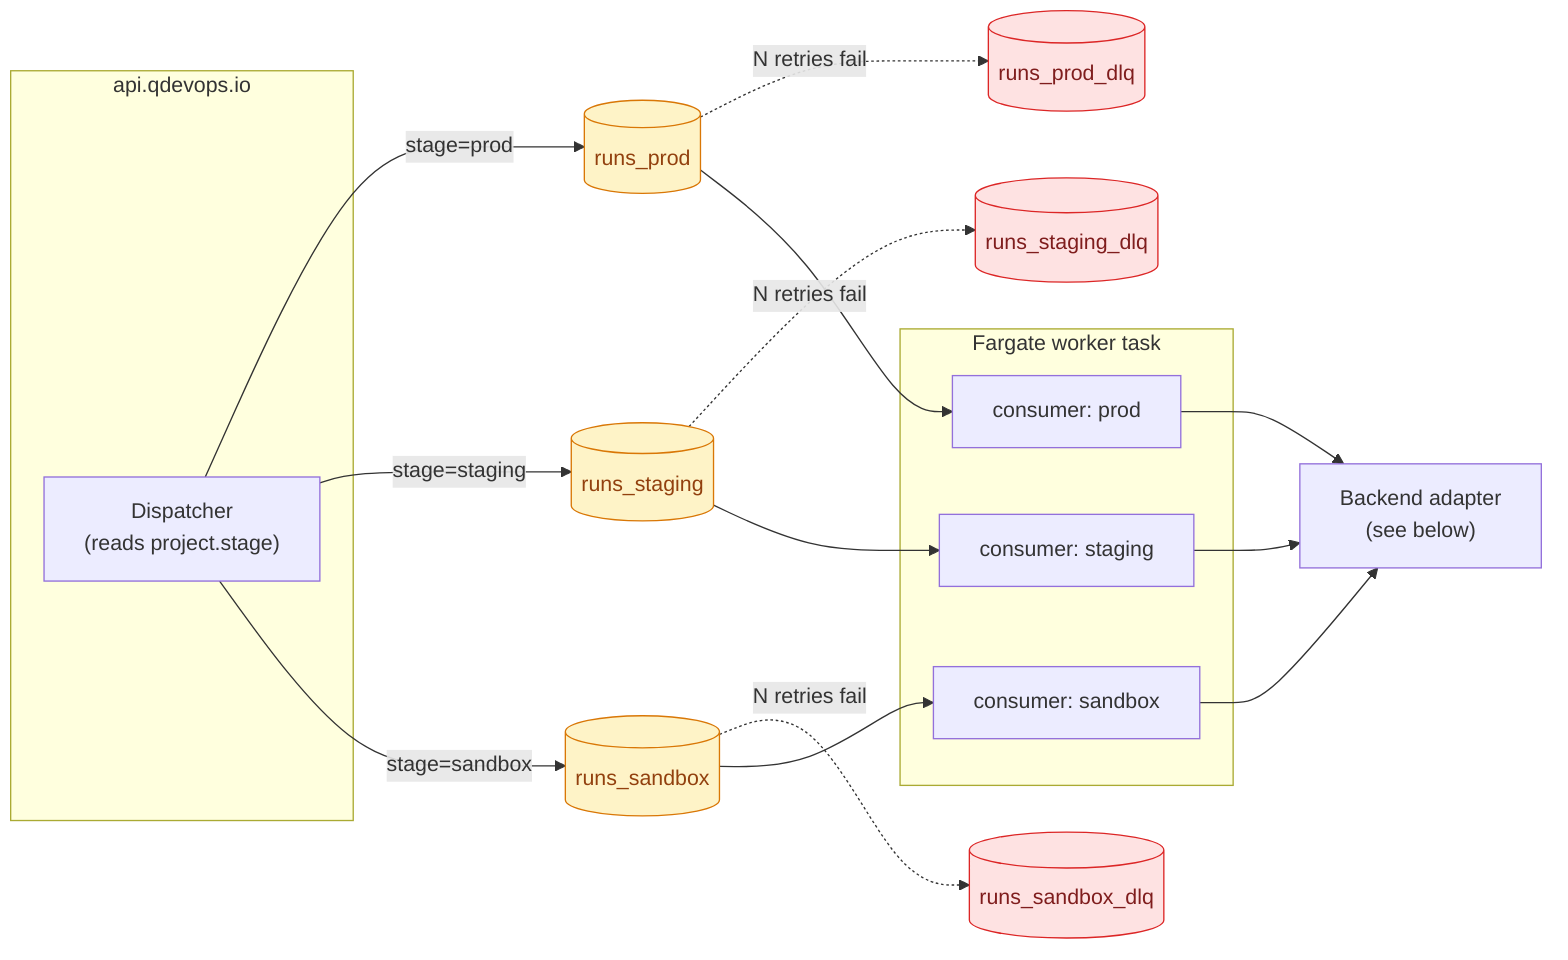
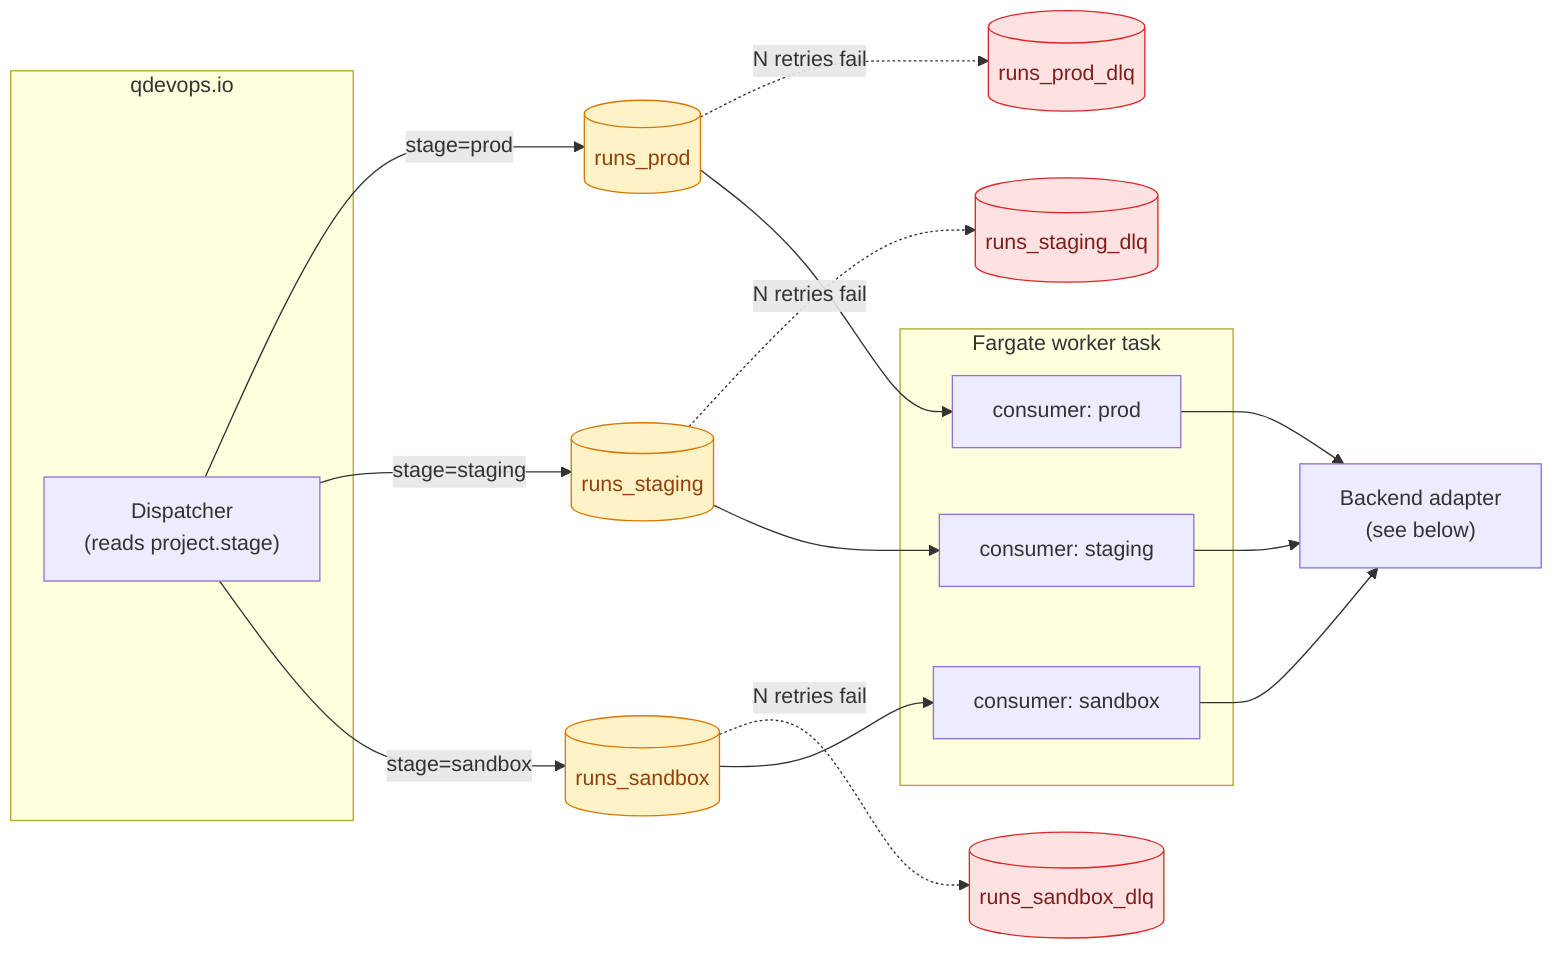
flowchart LR
-     subgraph API["api.qdevops.io"]
+     subgraph API["qdevops.io"]
        D["Dispatcher<br/>(reads project.stage)"]
    end

    D -->|stage=prod| Qp[("runs_prod")]
    D -->|stage=staging| Qs[("runs_staging")]
    D -->|stage=sandbox| Qsb[("runs_sandbox")]

    Qp -.->|N retries fail| DLQp[("runs_prod_dlq")]
    Qs -.->|N retries fail| DLQs[("runs_staging_dlq")]
    Qsb -.->|N retries fail| DLQsb[("runs_sandbox_dlq")]

    subgraph Fargate["Fargate worker task"]
        Cp["consumer: prod"]
        Cs["consumer: staging"]
        Csb["consumer: sandbox"]
    end

    Qp --> Cp
    Qs --> Cs
    Qsb --> Csb

    Cp & Cs & Csb --> Adapter["Backend adapter<br/>(see below)"]

    classDef q fill:#fef3c7,stroke:#d97706,color:#92400e;
    classDef dlq fill:#fee2e2,stroke:#dc2626,color:#7f1d1d;
    class Qp,Qs,Qsb q;
    class DLQp,DLQs,DLQsb dlq;